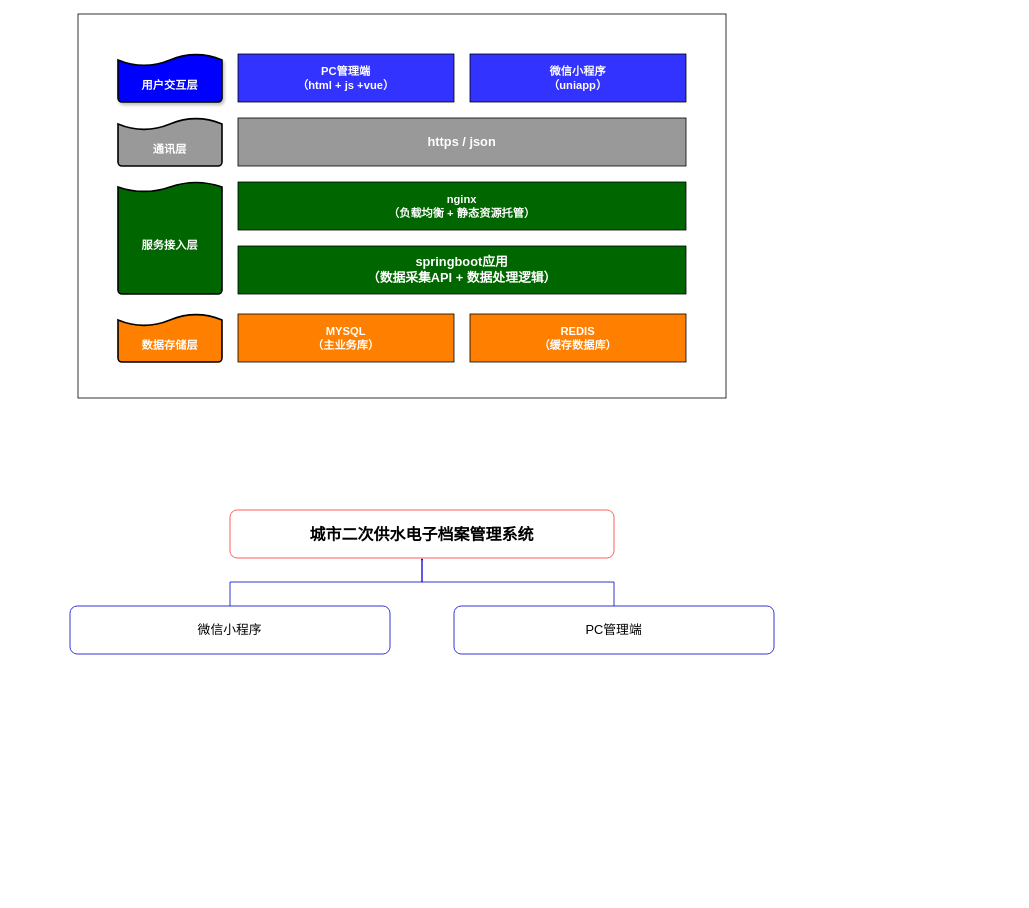
Earlier version of the draw.io diagram 未命名绘图.drawio (wuiiao/test). Source tidied: cells renumbered, new cells numbered last; positions are measured from the earlier drawing's top-left corner, leaving out a move shared by most shapes. Both pictures are drawn from the tidied source at 80%, with x=0, y=0 at pixel (70, 14).
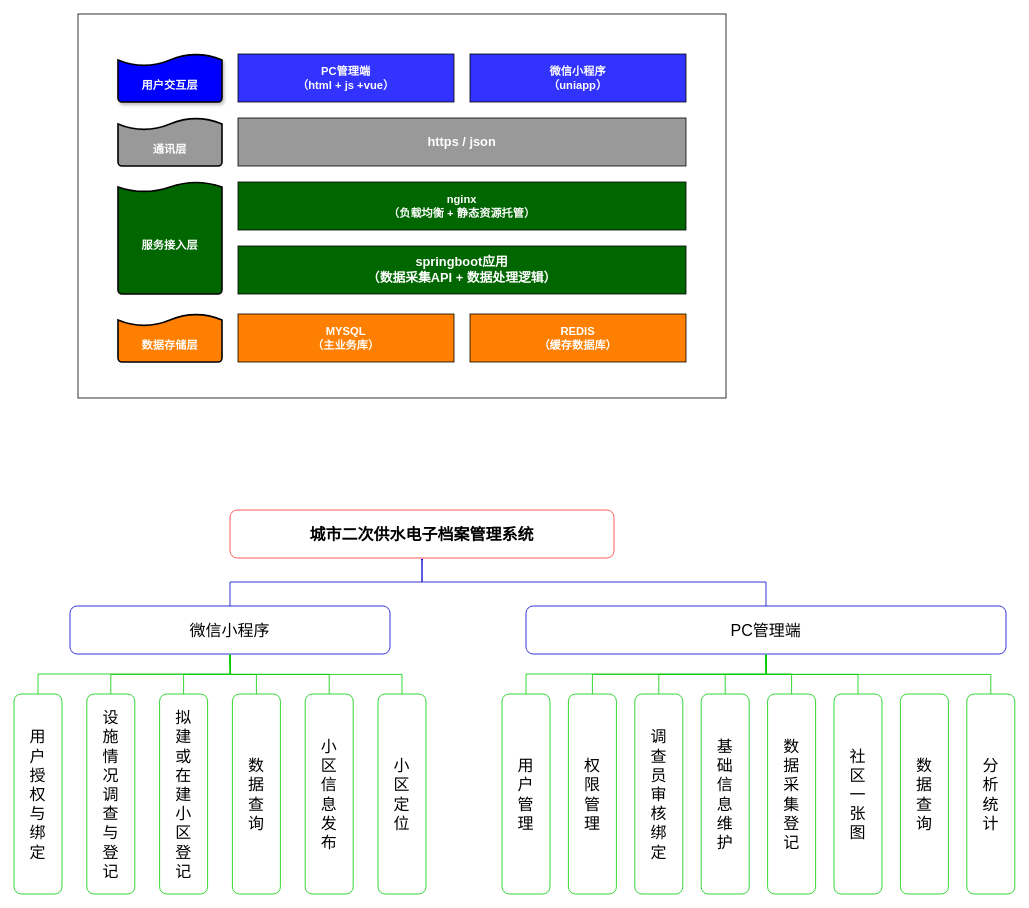
The same diagram, later.

Commit message:
更新未命名绘图.drawio

Change to the diagram source:
```diff
@@
-    <mxCell id="16" value="微信小程序" style="rounded=1;whiteSpace=wrap;html=1;fontSize=16;strokeColor=light-dark(#0000CC,#FFFFFF);" parent="1" vertex="1">
+    <mxCell id="16" value="微信小程序" style="rounded=1;whiteSpace=wrap;html=1;fontSize=20;strokeColor=light-dark(#0000CC,#FFFFFF);" parent="1" vertex="1">
       <mxGeometry y="740" width="400" height="60" as="geometry" />
     </mxCell>
@@
-    <mxCell id="18" value="PC管理端" style="rounded=1;whiteSpace=wrap;html=1;fontSize=16;strokeColor=light-dark(#0000CC,#FFFFFF);" parent="1" vertex="1">
-      <mxGeometry x="480" y="740" width="400" height="60" as="geometry" />
+    <mxCell id="18" value="PC管理端" style="rounded=1;whiteSpace=wrap;html=1;fontSize=20;strokeColor=light-dark(#0000CC,#FFFFFF);" parent="1" vertex="1">
+      <mxGeometry x="570" y="740" width="600" height="60" as="geometry" />
     </mxCell>
+    <mxCell id="19" style="edgeStyle=orthogonalEdgeStyle;rounded=0;jettySize=auto;html=1;exitX=0;exitY=0.5;exitDx=0;exitDy=0;entryX=0.5;entryY=1;entryDx=0;entryDy=0;endSize=0;startSize=0;strokeColor=light-dark(#00CC00,#FFFFFF);" parent="1" edge="1" source="20" target="16">
+      <mxGeometry relative="1" as="geometry" />
+    </mxCell>
+    <mxCell id="20" value="&lt;font style=&quot;font-size: 20px;&quot; face=&quot;Times New Roman&quot;&gt;用&lt;/font&gt;&lt;div&gt;&lt;font style=&quot;font-size: 20px;&quot; face=&quot;Times New Roman&quot;&gt;户&lt;/font&gt;&lt;/div&gt;&lt;div&gt;&lt;font style=&quot;font-size: 20px;&quot; face=&quot;Times New Roman&quot;&gt;授&lt;/font&gt;&lt;/div&gt;&lt;div&gt;&lt;font style=&quot;font-size: 20px;&quot; face=&quot;Times New Roman&quot;&gt;权&lt;/font&gt;&lt;/div&gt;&lt;div&gt;&lt;font style=&quot;font-size: 20px;&quot; face=&quot;Times New Roman&quot;&gt;与&lt;/font&gt;&lt;/div&gt;&lt;div&gt;&lt;font style=&quot;font-size: 20px;&quot; face=&quot;Times New Roman&quot;&gt;绑&lt;/font&gt;&lt;/div&gt;&lt;div&gt;&lt;font style=&quot;font-size: 20px;&quot; face=&quot;Times New Roman&quot;&gt;定&lt;/font&gt;&lt;/div&gt;" style="rounded=1;whiteSpace=wrap;html=1;direction=south;align=center;portConstraintRotation=0;strokeColor=light-dark(#00CC00,#FFFFFF);" parent="1" vertex="1">
+      <mxGeometry x="-70" y="850" width="60" height="250" as="geometry" />
+    </mxCell>
+    <mxCell id="21" style="edgeStyle=orthogonalEdgeStyle;rounded=0;jettySize=auto;html=1;exitX=0;exitY=0.5;exitDx=0;exitDy=0;endSize=0;startSize=0;strokeColor=light-dark(#00CC00,#FFFFFF);" parent="1" edge="1" source="22">
+      <mxGeometry relative="1" as="geometry">
+        <mxPoint x="200" y="800" as="targetPoint" />
+      </mxGeometry>
+    </mxCell>
+    <mxCell id="22" value="&lt;font face=&quot;Times New Roman&quot;&gt;&lt;span style=&quot;font-size: 20px;&quot;&gt;设&lt;/span&gt;&lt;/font&gt;&lt;div&gt;&lt;font face=&quot;Times New Roman&quot;&gt;&lt;span style=&quot;font-size: 20px;&quot;&gt;施&lt;/span&gt;&lt;/font&gt;&lt;/div&gt;&lt;div&gt;&lt;font face=&quot;Times New Roman&quot;&gt;&lt;span style=&quot;font-size: 20px;&quot;&gt;情&lt;/span&gt;&lt;/font&gt;&lt;/div&gt;&lt;div&gt;&lt;font face=&quot;Times New Roman&quot;&gt;&lt;span style=&quot;font-size: 20px;&quot;&gt;况&lt;/span&gt;&lt;/font&gt;&lt;/div&gt;&lt;div&gt;&lt;font face=&quot;Times New Roman&quot;&gt;&lt;span style=&quot;font-size: 20px;&quot;&gt;调&lt;/span&gt;&lt;/font&gt;&lt;/div&gt;&lt;div&gt;&lt;font face=&quot;Times New Roman&quot;&gt;&lt;span style=&quot;font-size: 20px;&quot;&gt;查&lt;/span&gt;&lt;/font&gt;&lt;/div&gt;&lt;div&gt;&lt;font face=&quot;Times New Roman&quot;&gt;&lt;span style=&quot;font-size: 20px;&quot;&gt;与&lt;/span&gt;&lt;/font&gt;&lt;/div&gt;&lt;div&gt;&lt;font face=&quot;Times New Roman&quot;&gt;&lt;span style=&quot;font-size: 20px;&quot;&gt;登&lt;/span&gt;&lt;/font&gt;&lt;/div&gt;&lt;div&gt;&lt;font face=&quot;Times New Roman&quot;&gt;&lt;span style=&quot;font-size: 20px;&quot;&gt;记&lt;/span&gt;&lt;/font&gt;&lt;/div&gt;" style="rounded=1;whiteSpace=wrap;html=1;direction=south;align=center;portConstraintRotation=0;strokeColor=light-dark(#00CC00,#FFFFFF);" parent="1" vertex="1">
+      <mxGeometry x="21" y="850" width="60" height="250" as="geometry" />
+    </mxCell>
+    <mxCell id="23" style="edgeStyle=orthogonalEdgeStyle;rounded=0;jettySize=auto;html=1;exitX=0;exitY=0.5;exitDx=0;exitDy=0;endSize=0;startSize=0;strokeColor=light-dark(#00CC00,#FFFFFF);" parent="1" edge="1" source="24">
+      <mxGeometry relative="1" as="geometry">
+        <mxPoint x="200" y="800" as="targetPoint" />
+      </mxGeometry>
+    </mxCell>
+    <mxCell id="24" value="&lt;font face=&quot;Times New Roman&quot;&gt;&lt;span style=&quot;font-size: 20px;&quot;&gt;拟&lt;/span&gt;&lt;/font&gt;&lt;div&gt;&lt;font face=&quot;Times New Roman&quot;&gt;&lt;span style=&quot;font-size: 20px;&quot;&gt;建&lt;/span&gt;&lt;/font&gt;&lt;/div&gt;&lt;div&gt;&lt;font face=&quot;Times New Roman&quot;&gt;&lt;span style=&quot;font-size: 20px;&quot;&gt;或&lt;/span&gt;&lt;/font&gt;&lt;/div&gt;&lt;div&gt;&lt;font face=&quot;Times New Roman&quot;&gt;&lt;span style=&quot;font-size: 20px;&quot;&gt;在&lt;/span&gt;&lt;/font&gt;&lt;/div&gt;&lt;div&gt;&lt;font face=&quot;Times New Roman&quot;&gt;&lt;span style=&quot;font-size: 20px;&quot;&gt;建&lt;/span&gt;&lt;/font&gt;&lt;/div&gt;&lt;div&gt;&lt;font face=&quot;Times New Roman&quot;&gt;&lt;span style=&quot;font-size: 20px;&quot;&gt;小&lt;/span&gt;&lt;/font&gt;&lt;/div&gt;&lt;div&gt;&lt;font face=&quot;Times New Roman&quot;&gt;&lt;span style=&quot;font-size: 20px;&quot;&gt;区&lt;/span&gt;&lt;/font&gt;&lt;/div&gt;&lt;div&gt;&lt;font face=&quot;Times New Roman&quot;&gt;&lt;span style=&quot;font-size: 20px;&quot;&gt;登&lt;/span&gt;&lt;/font&gt;&lt;/div&gt;&lt;div&gt;&lt;font face=&quot;Times New Roman&quot;&gt;&lt;span style=&quot;font-size: 20px;&quot;&gt;记&lt;/span&gt;&lt;/font&gt;&lt;/div&gt;" style="rounded=1;whiteSpace=wrap;html=1;direction=south;align=center;portConstraintRotation=0;strokeColor=light-dark(#00CC00,#FFFFFF);" parent="1" vertex="1">
+      <mxGeometry x="112" y="850" width="60" height="250" as="geometry" />
+    </mxCell>
+    <mxCell id="25" style="edgeStyle=orthogonalEdgeStyle;rounded=0;jettySize=auto;html=1;exitX=0;exitY=0.5;exitDx=0;exitDy=0;endSize=0;startSize=0;strokeColor=light-dark(#00CC00,#FFFFFF);" parent="1" edge="1" source="26">
+      <mxGeometry relative="1" as="geometry">
+        <mxPoint x="200" y="800" as="targetPoint" />
+      </mxGeometry>
+    </mxCell>
+    <mxCell id="26" value="&lt;font face=&quot;Times New Roman&quot;&gt;&lt;span style=&quot;font-size: 20px;&quot;&gt;数&lt;/span&gt;&lt;/font&gt;&lt;div&gt;&lt;font face=&quot;Times New Roman&quot;&gt;&lt;span style=&quot;font-size: 20px;&quot;&gt;据&lt;/span&gt;&lt;/font&gt;&lt;/div&gt;&lt;div&gt;&lt;font face=&quot;Times New Roman&quot;&gt;&lt;span style=&quot;font-size: 20px;&quot;&gt;查&lt;/span&gt;&lt;/font&gt;&lt;/div&gt;&lt;div&gt;&lt;font face=&quot;Times New Roman&quot;&gt;&lt;span style=&quot;font-size: 20px;&quot;&gt;询&lt;/span&gt;&lt;/font&gt;&lt;/div&gt;" style="rounded=1;whiteSpace=wrap;html=1;direction=south;align=center;portConstraintRotation=0;strokeColor=light-dark(#00CC00,#FFFFFF);" parent="1" vertex="1">
+      <mxGeometry x="203" y="850" width="60" height="250" as="geometry" />
+    </mxCell>
+    <mxCell id="27" style="edgeStyle=orthogonalEdgeStyle;rounded=0;jettySize=auto;html=1;exitX=0;exitY=0.5;exitDx=0;exitDy=0;endSize=0;startSize=0;strokeColor=light-dark(#00CC00,#FFFFFF);" parent="1" edge="1" source="28">
+      <mxGeometry relative="1" as="geometry">
+        <mxPoint x="200" y="800" as="targetPoint" />
+      </mxGeometry>
+    </mxCell>
+    <mxCell id="28" value="&lt;font face=&quot;Times New Roman&quot;&gt;&lt;span style=&quot;font-size: 20px;&quot;&gt;小&lt;/span&gt;&lt;/font&gt;&lt;div&gt;&lt;font face=&quot;Times New Roman&quot;&gt;&lt;span style=&quot;font-size: 20px;&quot;&gt;区&lt;/span&gt;&lt;/font&gt;&lt;/div&gt;&lt;div&gt;&lt;font face=&quot;Times New Roman&quot;&gt;&lt;span style=&quot;font-size: 20px;&quot;&gt;信&lt;/span&gt;&lt;/font&gt;&lt;/div&gt;&lt;div&gt;&lt;font face=&quot;Times New Roman&quot;&gt;&lt;span style=&quot;font-size: 20px;&quot;&gt;息&lt;/span&gt;&lt;/font&gt;&lt;/div&gt;&lt;div&gt;&lt;font face=&quot;Times New Roman&quot;&gt;&lt;span style=&quot;font-size: 20px;&quot;&gt;发&lt;/span&gt;&lt;/font&gt;&lt;/div&gt;&lt;div&gt;&lt;font face=&quot;Times New Roman&quot;&gt;&lt;span style=&quot;font-size: 20px;&quot;&gt;布&lt;/span&gt;&lt;/font&gt;&lt;/div&gt;" style="rounded=1;whiteSpace=wrap;html=1;direction=south;align=center;portConstraintRotation=0;strokeColor=light-dark(#00CC00,#FFFFFF);" parent="1" vertex="1">
+      <mxGeometry x="294" y="850" width="60" height="250" as="geometry" />
+    </mxCell>
+    <mxCell id="29" style="edgeStyle=orthogonalEdgeStyle;rounded=0;jettySize=auto;html=1;exitX=0;exitY=0.5;exitDx=0;exitDy=0;endSize=0;startSize=0;strokeColor=light-dark(#00CC00,#FFFFFF);" parent="1" edge="1" source="30">
+      <mxGeometry relative="1" as="geometry">
+        <mxPoint x="200" y="800" as="targetPoint" />
+      </mxGeometry>
+    </mxCell>
+    <mxCell id="30" value="&lt;font face=&quot;Times New Roman&quot;&gt;&lt;span style=&quot;font-size: 20px;&quot;&gt;小&lt;/span&gt;&lt;/font&gt;&lt;div&gt;&lt;font face=&quot;Times New Roman&quot;&gt;&lt;span style=&quot;font-size: 20px;&quot;&gt;区&lt;/span&gt;&lt;/font&gt;&lt;/div&gt;&lt;div&gt;&lt;font face=&quot;Times New Roman&quot;&gt;&lt;span style=&quot;font-size: 20px;&quot;&gt;定&lt;/span&gt;&lt;/font&gt;&lt;/div&gt;&lt;div&gt;&lt;font face=&quot;Times New Roman&quot;&gt;&lt;span style=&quot;font-size: 20px;&quot;&gt;位&lt;/span&gt;&lt;/font&gt;&lt;/div&gt;" style="rounded=1;whiteSpace=wrap;html=1;direction=south;align=center;portConstraintRotation=0;strokeColor=light-dark(#00CC00,#FFFFFF);" parent="1" vertex="1">
+      <mxGeometry x="385" y="850" width="60" height="250" as="geometry" />
+    </mxCell>
+    <mxCell id="31" style="edgeStyle=orthogonalEdgeStyle;rounded=0;jettySize=auto;html=1;exitX=0;exitY=0.5;exitDx=0;exitDy=0;endSize=0;startSize=0;strokeColor=light-dark(#00CC00,#FFFFFF);" parent="1" edge="1" source="32" target="18">
+      <mxGeometry relative="1" as="geometry" />
+    </mxCell>
+    <mxCell id="32" value="&lt;font face=&quot;Times New Roman&quot;&gt;&lt;span style=&quot;font-size: 20px;&quot;&gt;用&lt;/span&gt;&lt;/font&gt;&lt;div&gt;&lt;font face=&quot;Times New Roman&quot;&gt;&lt;span style=&quot;font-size: 20px;&quot;&gt;户&lt;/span&gt;&lt;/font&gt;&lt;/div&gt;&lt;div&gt;&lt;font face=&quot;Times New Roman&quot;&gt;&lt;span style=&quot;font-size: 20px;&quot;&gt;管&lt;/span&gt;&lt;/font&gt;&lt;/div&gt;&lt;div&gt;&lt;font face=&quot;Times New Roman&quot;&gt;&lt;span style=&quot;font-size: 20px;&quot;&gt;理&lt;/span&gt;&lt;/font&gt;&lt;/div&gt;" style="rounded=1;whiteSpace=wrap;html=1;direction=south;align=center;portConstraintRotation=0;strokeColor=light-dark(#00CC00,#FFFFFF);" parent="1" vertex="1">
+      <mxGeometry x="540" y="850" width="60" height="250" as="geometry" />
+    </mxCell>
+    <mxCell id="33" style="edgeStyle=orthogonalEdgeStyle;rounded=0;jettySize=auto;html=1;exitX=0;exitY=0.5;exitDx=0;exitDy=0;endSize=0;startSize=0;strokeColor=light-dark(#00CC00,#FFFFFF);" parent="1" edge="1" source="34">
+      <mxGeometry relative="1" as="geometry">
+        <mxPoint x="870" y="800" as="targetPoint" />
+      </mxGeometry>
+    </mxCell>
+    <mxCell id="34" value="&lt;font face=&quot;Times New Roman&quot;&gt;&lt;span style=&quot;font-size: 20px;&quot;&gt;分&lt;/span&gt;&lt;/font&gt;&lt;div&gt;&lt;font face=&quot;Times New Roman&quot;&gt;&lt;span style=&quot;font-size: 20px;&quot;&gt;析&lt;/span&gt;&lt;/font&gt;&lt;/div&gt;&lt;div&gt;&lt;font face=&quot;Times New Roman&quot;&gt;&lt;span style=&quot;font-size: 20px;&quot;&gt;统&lt;/span&gt;&lt;/font&gt;&lt;/div&gt;&lt;div&gt;&lt;font face=&quot;Times New Roman&quot;&gt;&lt;span style=&quot;font-size: 20px;&quot;&gt;计&lt;/span&gt;&lt;/font&gt;&lt;/div&gt;" style="rounded=1;whiteSpace=wrap;html=1;direction=south;align=center;portConstraintRotation=0;strokeColor=light-dark(#00CC00,#FFFFFF);" parent="1" vertex="1">
+      <mxGeometry x="1121" y="850" width="60" height="250" as="geometry" />
+    </mxCell>
+    <mxCell id="35" style="edgeStyle=orthogonalEdgeStyle;rounded=0;jettySize=auto;html=1;exitX=0;exitY=0.5;exitDx=0;exitDy=0;endSize=0;startSize=0;strokeColor=light-dark(#00CC00,#FFFFFF);" parent="1" edge="1" source="36">
+      <mxGeometry relative="1" as="geometry">
+        <mxPoint x="870" y="800" as="targetPoint" />
+      </mxGeometry>
+    </mxCell>
+    <mxCell id="36" value="&lt;font face=&quot;Times New Roman&quot;&gt;&lt;span style=&quot;font-size: 20px;&quot;&gt;权&lt;/span&gt;&lt;/font&gt;&lt;div&gt;&lt;font face=&quot;Times New Roman&quot;&gt;&lt;span style=&quot;font-size: 20px;&quot;&gt;限&lt;/span&gt;&lt;/font&gt;&lt;/div&gt;&lt;div&gt;&lt;font face=&quot;Times New Roman&quot;&gt;&lt;span style=&quot;font-size: 20px;&quot;&gt;管&lt;/span&gt;&lt;/font&gt;&lt;/div&gt;&lt;div&gt;&lt;font face=&quot;Times New Roman&quot;&gt;&lt;span style=&quot;font-size: 20px;&quot;&gt;理&lt;/span&gt;&lt;/font&gt;&lt;/div&gt;" style="rounded=1;whiteSpace=wrap;html=1;direction=south;align=center;portConstraintRotation=0;strokeColor=light-dark(#00CC00,#FFFFFF);" parent="1" vertex="1">
+      <mxGeometry x="623" y="850" width="60" height="250" as="geometry" />
+    </mxCell>
+    <mxCell id="37" style="edgeStyle=orthogonalEdgeStyle;rounded=0;jettySize=auto;html=1;exitX=0;exitY=0.5;exitDx=0;exitDy=0;endSize=0;startSize=0;strokeColor=light-dark(#00CC00,#FFFFFF);" parent="1" edge="1" source="38">
+      <mxGeometry relative="1" as="geometry">
+        <mxPoint x="870" y="800" as="targetPoint" />
+      </mxGeometry>
+    </mxCell>
+    <mxCell id="38" value="&lt;font face=&quot;Times New Roman&quot;&gt;&lt;span style=&quot;font-size: 20px;&quot;&gt;调&lt;/span&gt;&lt;/font&gt;&lt;div&gt;&lt;font face=&quot;Times New Roman&quot;&gt;&lt;span style=&quot;font-size: 20px;&quot;&gt;查&lt;/span&gt;&lt;/font&gt;&lt;/div&gt;&lt;div&gt;&lt;font face=&quot;Times New Roman&quot;&gt;&lt;span style=&quot;font-size: 20px;&quot;&gt;员&lt;/span&gt;&lt;/font&gt;&lt;/div&gt;&lt;div&gt;&lt;font face=&quot;Times New Roman&quot;&gt;&lt;span style=&quot;font-size: 20px;&quot;&gt;审&lt;/span&gt;&lt;/font&gt;&lt;/div&gt;&lt;div&gt;&lt;font face=&quot;Times New Roman&quot;&gt;&lt;span style=&quot;font-size: 20px;&quot;&gt;核&lt;/span&gt;&lt;/font&gt;&lt;/div&gt;&lt;div&gt;&lt;font face=&quot;Times New Roman&quot;&gt;&lt;span style=&quot;font-size: 20px;&quot;&gt;绑&lt;/span&gt;&lt;/font&gt;&lt;/div&gt;&lt;div&gt;&lt;font face=&quot;Times New Roman&quot;&gt;&lt;span style=&quot;font-size: 20px;&quot;&gt;定&lt;/span&gt;&lt;/font&gt;&lt;/div&gt;" style="rounded=1;whiteSpace=wrap;html=1;direction=south;align=center;portConstraintRotation=0;strokeColor=light-dark(#00CC00,#FFFFFF);" parent="1" vertex="1">
+      <mxGeometry x="706" y="850" width="60" height="250" as="geometry" />
+    </mxCell>
+    <mxCell id="39" style="edgeStyle=orthogonalEdgeStyle;rounded=0;jettySize=auto;html=1;exitX=0;exitY=0.5;exitDx=0;exitDy=0;endSize=0;startSize=0;strokeColor=light-dark(#00CC00,#FFFFFF);" parent="1" edge="1" source="40">
+      <mxGeometry relative="1" as="geometry">
+        <mxPoint x="870" y="800" as="targetPoint" />
+      </mxGeometry>
+    </mxCell>
+    <mxCell id="40" value="&lt;font face=&quot;Times New Roman&quot;&gt;&lt;span style=&quot;font-size: 20px;&quot;&gt;基&lt;/span&gt;&lt;/font&gt;&lt;div&gt;&lt;font face=&quot;Times New Roman&quot;&gt;&lt;span style=&quot;font-size: 20px;&quot;&gt;础&lt;/span&gt;&lt;/font&gt;&lt;/div&gt;&lt;div&gt;&lt;font face=&quot;Times New Roman&quot;&gt;&lt;span style=&quot;font-size: 20px;&quot;&gt;信&lt;/span&gt;&lt;/font&gt;&lt;/div&gt;&lt;div&gt;&lt;font face=&quot;Times New Roman&quot;&gt;&lt;span style=&quot;font-size: 20px;&quot;&gt;息&lt;/span&gt;&lt;/font&gt;&lt;/div&gt;&lt;div&gt;&lt;font face=&quot;Times New Roman&quot;&gt;&lt;span style=&quot;font-size: 20px;&quot;&gt;维&lt;/span&gt;&lt;/font&gt;&lt;/div&gt;&lt;div&gt;&lt;font face=&quot;Times New Roman&quot;&gt;&lt;span style=&quot;font-size: 20px;&quot;&gt;护&lt;/span&gt;&lt;/font&gt;&lt;/div&gt;" style="rounded=1;whiteSpace=wrap;html=1;direction=south;align=center;portConstraintRotation=0;strokeColor=light-dark(#00CC00,#FFFFFF);" parent="1" vertex="1">
+      <mxGeometry x="789" y="850" width="60" height="250" as="geometry" />
+    </mxCell>
+    <mxCell id="41" style="edgeStyle=orthogonalEdgeStyle;rounded=0;jettySize=auto;html=1;exitX=0;exitY=0.5;exitDx=0;exitDy=0;entryX=0.5;entryY=1;entryDx=0;entryDy=0;endSize=0;startSize=0;strokeColor=light-dark(#00CC00,#FFFFFF);" parent="1" edge="1" source="42" target="18">
+      <mxGeometry relative="1" as="geometry" />
+    </mxCell>
+    <mxCell id="42" value="&lt;font face=&quot;Times New Roman&quot;&gt;&lt;span style=&quot;font-size: 20px;&quot;&gt;数&lt;/span&gt;&lt;/font&gt;&lt;div&gt;&lt;font face=&quot;Times New Roman&quot;&gt;&lt;span style=&quot;font-size: 20px;&quot;&gt;据&lt;/span&gt;&lt;/font&gt;&lt;/div&gt;&lt;div&gt;&lt;font face=&quot;Times New Roman&quot;&gt;&lt;span style=&quot;font-size: 20px;&quot;&gt;采&lt;/span&gt;&lt;/font&gt;&lt;/div&gt;&lt;div&gt;&lt;font face=&quot;Times New Roman&quot;&gt;&lt;span style=&quot;font-size: 20px;&quot;&gt;集&lt;/span&gt;&lt;/font&gt;&lt;/div&gt;&lt;div&gt;&lt;font face=&quot;Times New Roman&quot;&gt;&lt;span style=&quot;font-size: 20px;&quot;&gt;登&lt;/span&gt;&lt;/font&gt;&lt;/div&gt;&lt;div&gt;&lt;font face=&quot;Times New Roman&quot;&gt;&lt;span style=&quot;font-size: 20px;&quot;&gt;记&lt;/span&gt;&lt;/font&gt;&lt;/div&gt;" style="rounded=1;whiteSpace=wrap;html=1;direction=south;align=center;portConstraintRotation=0;strokeColor=light-dark(#00CC00,#FFFFFF);" parent="1" vertex="1">
+      <mxGeometry x="872" y="850" width="60" height="250" as="geometry" />
+    </mxCell>
+    <mxCell id="43" style="edgeStyle=orthogonalEdgeStyle;rounded=0;jettySize=auto;html=1;exitX=0;exitY=0.5;exitDx=0;exitDy=0;endSize=0;startSize=0;strokeColor=light-dark(#00CC00,#FFFFFF);" parent="1" edge="1" source="44">
+      <mxGeometry relative="1" as="geometry">
+        <mxPoint x="870" y="800" as="targetPoint" />
+      </mxGeometry>
+    </mxCell>
+    <mxCell id="44" value="&lt;font face=&quot;Times New Roman&quot;&gt;&lt;span style=&quot;font-size: 20px;&quot;&gt;社&lt;/span&gt;&lt;/font&gt;&lt;div&gt;&lt;font face=&quot;Times New Roman&quot;&gt;&lt;span style=&quot;font-size: 20px;&quot;&gt;区&lt;/span&gt;&lt;/font&gt;&lt;/div&gt;&lt;div&gt;&lt;font face=&quot;Times New Roman&quot;&gt;&lt;span style=&quot;font-size: 20px;&quot;&gt;一&lt;/span&gt;&lt;/font&gt;&lt;/div&gt;&lt;div&gt;&lt;font face=&quot;Times New Roman&quot;&gt;&lt;span style=&quot;font-size: 20px;&quot;&gt;张&lt;/span&gt;&lt;/font&gt;&lt;/div&gt;&lt;div&gt;&lt;font face=&quot;Times New Roman&quot;&gt;&lt;span style=&quot;font-size: 20px;&quot;&gt;图&lt;/span&gt;&lt;/font&gt;&lt;/div&gt;" style="rounded=1;whiteSpace=wrap;html=1;direction=south;align=center;portConstraintRotation=0;strokeColor=light-dark(#00CC00,#FFFFFF);" parent="1" vertex="1">
+      <mxGeometry x="955" y="850" width="60" height="250" as="geometry" />
+    </mxCell>
+    <mxCell id="45" value="&lt;font face=&quot;Times New Roman&quot;&gt;&lt;span style=&quot;font-size: 20px;&quot;&gt;数&lt;/span&gt;&lt;/font&gt;&lt;div&gt;&lt;font face=&quot;Times New Roman&quot;&gt;&lt;span style=&quot;font-size: 20px;&quot;&gt;据&lt;/span&gt;&lt;/font&gt;&lt;/div&gt;&lt;div&gt;&lt;font face=&quot;Times New Roman&quot;&gt;&lt;span style=&quot;font-size: 20px;&quot;&gt;查&lt;/span&gt;&lt;/font&gt;&lt;/div&gt;&lt;div&gt;&lt;font face=&quot;Times New Roman&quot;&gt;&lt;span style=&quot;font-size: 20px;&quot;&gt;询&lt;/span&gt;&lt;/font&gt;&lt;/div&gt;" style="rounded=1;whiteSpace=wrap;html=1;direction=south;align=center;strokeColor=light-dark(#00CC00,#FFFFFF);" parent="1" vertex="1">
+      <mxGeometry x="1038" y="850" width="60" height="250" as="geometry" />
+    </mxCell>
```
